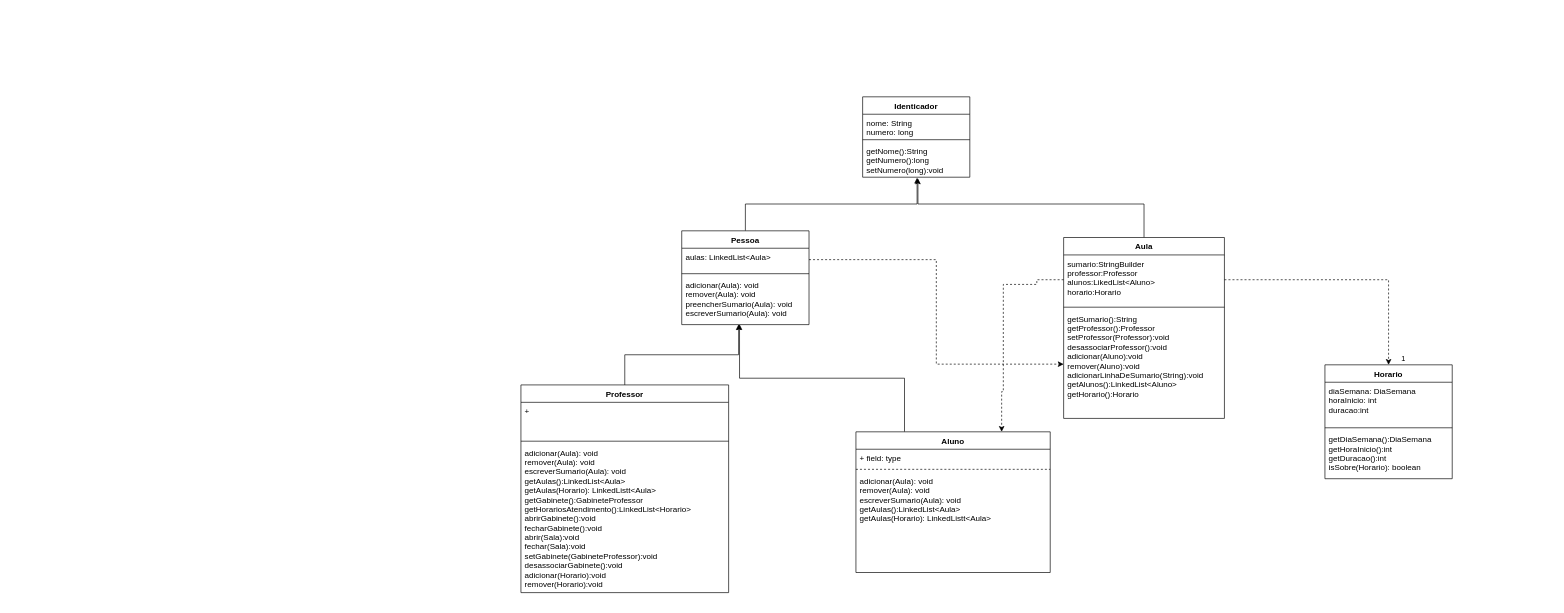
brunofitas/oop keeps this draw.io diagram as modelo.drawio. Above is the earlier version. Source tidied: cells renumbered, new cells numbered last; positions are measured from the earlier drawing's top-left corner, leaving out a move shared by most shapes. Both pictures are drawn from the tidied source at 67%, with x=0, y=0 at pixel (521, 96).
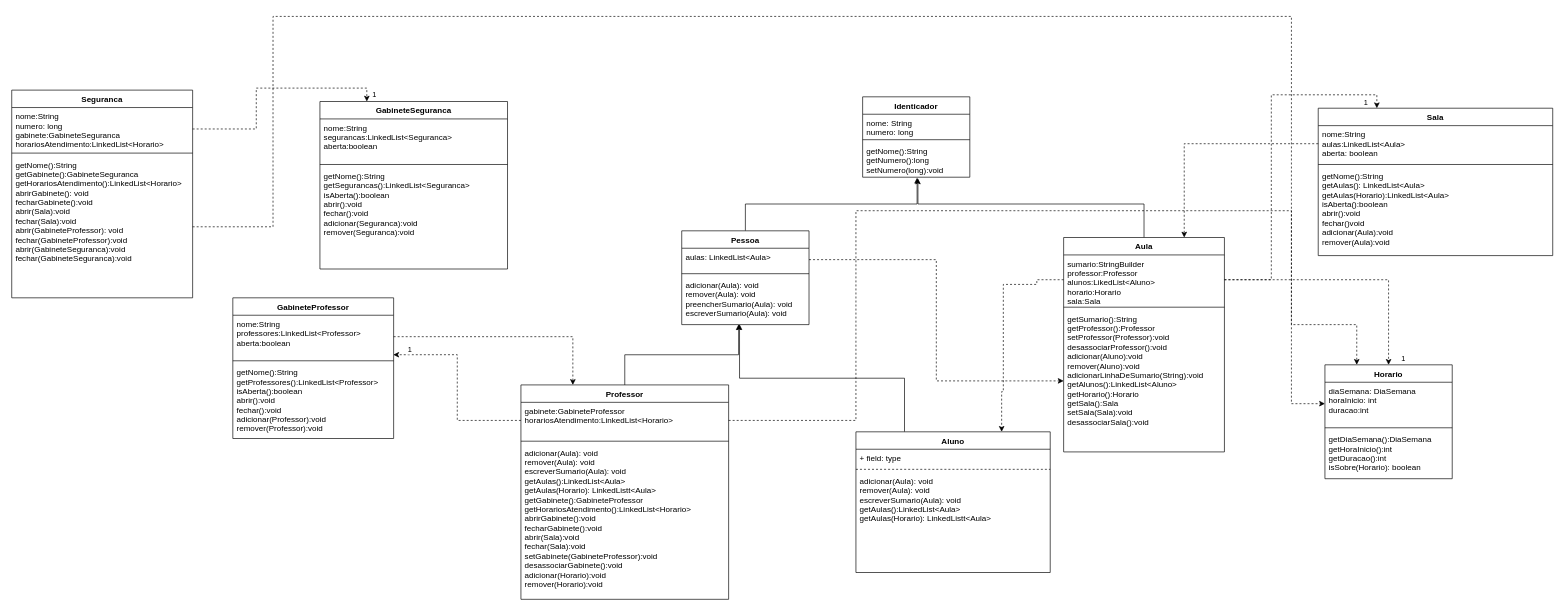
After the change.

Commit message:
Adicionei UML final

The change refers to these unchanged cells:
```xml
<mxCell id="11" value="Horario" style="swimlane;fontStyle=1;align=center;verticalAlign=top;horizontal=1;startSize=26;" parent="1" vertex="1">
  <mxGeometry x="1200" y="400" width="190" height="170" as="geometry" />
</mxCell>
<mxCell id="12" value="diaSemana: DiaSemana&#10;horaInicio: int&#10;duracao:int" style="text;strokeColor=none;fillColor=none;align=left;verticalAlign=top;spacingLeft=4;spacingRight=4;overflow=hidden;points=[[0,0.5],[1,0.5]];portConstraint=eastwest;" parent="11" vertex="1">
  <mxGeometry y="26" width="190" height="64" as="geometry" />
</mxCell>
```

What changed in the source:
```diff
@@
     <mxCell id="17" value="Professor" style="swimlane;fontStyle=1;align=center;verticalAlign=top;horizontal=1;startSize=26;fontColor=#000000;" parent="1" vertex="1">
-      <mxGeometry y="430" width="310" height="310" as="geometry" />
+      <mxGeometry y="430" width="310" height="320" as="geometry" />
     </mxCell>
-    <mxCell id="18" value="+" style="text;strokeColor=none;fillColor=none;align=left;verticalAlign=top;spacingLeft=4;spacingRight=4;overflow=hidden;points=[[0,0.5],[1,0.5]];portConstraint=eastwest;fontColor=#000000;" parent="17" vertex="1">
+    <mxCell id="18" value="gabinete:GabineteProfessor&#10;horariosAtendimento:LinkedList&lt;Horario&gt;" style="text;strokeColor=none;fillColor=none;align=left;verticalAlign=top;spacingLeft=4;spacingRight=4;overflow=hidden;points=[[0,0.5],[1,0.5]];portConstraint=eastwest;fontColor=#000000;" parent="17" vertex="1">
       <mxGeometry y="26" width="310" height="54" as="geometry" />
     </mxCell>
@@
     <mxCell id="20" value="adicionar(Aula): void&#10;remover(Aula): void&#10;escreverSumario(Aula): void&#10;getAulas():LinkedList&lt;Aula&gt;&#10;getAulas(Horario): LinkedListt&lt;Aula&gt;&#10;getGabinete():GabineteProfessor&#10;getHorariosAtendimento():LinkedList&lt;Horario&gt;&#10;abrirGabinete():void&#10;fecharGabinete():void&#10;abrir(Sala):void&#10;fechar(Sala):void&#10;setGabinete(GabineteProfessor):void&#10;desassociarGabinete():void&#10;adicionar(Horario):void&#10;remover(Horario):void" style="text;strokeColor=none;fillColor=none;align=left;verticalAlign=top;spacingLeft=4;spacingRight=4;overflow=hidden;fontColor=#000000;" parent="17" vertex="1">
-      <mxGeometry y="88" width="310" height="222" as="geometry" />
+      <mxGeometry y="88" width="310" height="232" as="geometry" />
     </mxCell>
@@
     <mxCell id="22" value="Aula" style="swimlane;fontStyle=1;align=center;verticalAlign=top;horizontal=1;startSize=26;" parent="1" vertex="1">
-      <mxGeometry x="810" y="210" width="240" height="270" as="geometry" />
+      <mxGeometry x="810" y="210" width="240" height="320" as="geometry" />
     </mxCell>
-    <mxCell id="23" value="sumario:StringBuilder&#10;professor:Professor&#10;alunos:LikedList&lt;Aluno&gt;&#10;horario:Horario&#10;" style="text;strokeColor=none;fillColor=none;align=left;verticalAlign=top;spacingLeft=4;spacingRight=4;overflow=hidden;points=[[0,0.5],[1,0.5]];portConstraint=eastwest;" parent="22" vertex="1">
+    <mxCell id="23" value="sumario:StringBuilder&#10;professor:Professor&#10;alunos:LikedList&lt;Aluno&gt;&#10;horario:Horario&#10;sala:Sala&#10;" style="text;strokeColor=none;fillColor=none;align=left;verticalAlign=top;spacingLeft=4;spacingRight=4;overflow=hidden;points=[[0,0.5],[1,0.5]];portConstraint=eastwest;" parent="22" vertex="1">
       <mxGeometry y="26" width="240" height="74" as="geometry" />
     </mxCell>
@@
-    <mxCell id="25" value="getSumario():String&#10;getProfessor():Professor&#10;setProfessor(Professor):void&#10;desassociarProfessor():void&#10;adicionar(Aluno):void&#10;remover(Aluno):void&#10;adicionarLinhaDeSumario(String):void&#10;getAlunos():LinkedList&lt;Aluno&gt;&#10;getHorario():Horario" style="text;strokeColor=none;fillColor=none;align=left;verticalAlign=top;spacingLeft=4;spacingRight=4;overflow=hidden;points=[[0,0.5],[1,0.5]];portConstraint=eastwest;" parent="22" vertex="1">
-      <mxGeometry y="108" width="240" height="162" as="geometry" />
+    <mxCell id="25" value="getSumario():String&#10;getProfessor():Professor&#10;setProfessor(Professor):void&#10;desassociarProfessor():void&#10;adicionar(Aluno):void&#10;remover(Aluno):void&#10;adicionarLinhaDeSumario(String):void&#10;getAlunos():LinkedList&lt;Aluno&gt;&#10;getHorario():Horario&#10;getSala():Sala&#10;setSala(Sala):void&#10;desassociarSala():void" style="text;strokeColor=none;fillColor=none;align=left;verticalAlign=top;spacingLeft=4;spacingRight=4;overflow=hidden;points=[[0,0.5],[1,0.5]];portConstraint=eastwest;" parent="22" vertex="1">
+      <mxGeometry y="108" width="240" height="212" as="geometry" />
     </mxCell>
@@
+    <mxCell id="34" value="Sala" style="swimlane;fontStyle=1;align=center;verticalAlign=top;horizontal=1;startSize=26;" parent="1" vertex="1">
+      <mxGeometry x="1190" y="17" width="350" height="220" as="geometry" />
+    </mxCell>
+    <mxCell id="35" value="nome:String&#10;aulas:LinkedList&lt;Aula&gt;&#10;aberta: boolean" style="text;strokeColor=none;fillColor=none;align=left;verticalAlign=top;spacingLeft=4;spacingRight=4;overflow=hidden;points=[[0,0.5],[1,0.5]];portConstraint=eastwest;" parent="34" vertex="1">
+      <mxGeometry y="26" width="350" height="54" as="geometry" />
+    </mxCell>
+    <mxCell id="36" style="line;strokeWidth=1;fillColor=none;align=left;verticalAlign=middle;spacingTop=-1;spacingLeft=3;spacingRight=3;labelPosition=right;strokeColor=inherit;" parent="34" vertex="1">
+      <mxGeometry y="80" width="350" height="8" as="geometry" />
+    </mxCell>
+    <mxCell id="37" value="getNome():String&#10;getAulas(): LinkedList&lt;Aula&gt;&#10;getAulas(Horario):LinkedList&lt;Aula&gt;&#10;isAberta():boolean&#10;abrir():void&#10;fechar()void&#10;adicionar(Aula):void&#10;remover(Aula):void" style="text;strokeColor=none;fillColor=none;align=left;verticalAlign=top;spacingLeft=4;spacingRight=4;overflow=hidden;" parent="34" vertex="1">
+      <mxGeometry y="88" width="350" height="132" as="geometry" />
+    </mxCell>
+    <mxCell id="38" style="edgeStyle=orthogonalEdgeStyle;rounded=0;jettySize=auto;html=1;exitX=0;exitY=0.5;exitDx=0;exitDy=0;entryX=0.75;entryY=0;entryDx=0;entryDy=0;dashed=1;" parent="1" edge="1" source="35" target="22">
+      <mxGeometry relative="1" as="geometry" />
+    </mxCell>
+    <mxCell id="39" style="edgeStyle=orthogonalEdgeStyle;rounded=0;jettySize=auto;html=1;exitX=1;exitY=0.5;exitDx=0;exitDy=0;entryX=0.25;entryY=0;entryDx=0;entryDy=0;dashed=1;" parent="1" edge="1" source="23" target="34">
+      <mxGeometry relative="1" as="geometry" />
+    </mxCell>
+    <mxCell id="40" value="1" style="edgeLabel;html=1;align=center;verticalAlign=middle;" parent="39" vertex="1">
+      <mxGeometry x="0.84" y="1" relative="1" as="geometry">
+        <mxPoint x="4" y="12" as="offset" />
+      </mxGeometry>
+    </mxCell>
+    <mxCell id="41" value="GabineteProfessor" style="swimlane;fontStyle=1;align=center;verticalAlign=top;horizontal=1;startSize=26;" parent="1" vertex="1">
+      <mxGeometry x="-430" y="300" width="240" height="210" as="geometry" />
+    </mxCell>
+    <mxCell id="42" value="nome:String&#10;professores:LinkedList&lt;Professor&gt;&#10;aberta:boolean" style="text;strokeColor=none;fillColor=none;align=left;verticalAlign=top;spacingLeft=4;spacingRight=4;overflow=hidden;points=[[0,0.5],[1,0.5]];portConstraint=eastwest;" parent="41" vertex="1">
+      <mxGeometry y="26" width="240" height="64" as="geometry" />
+    </mxCell>
+    <mxCell id="43" style="line;strokeWidth=1;fillColor=none;align=left;verticalAlign=middle;spacingTop=-1;spacingLeft=3;spacingRight=3;labelPosition=right;strokeColor=inherit;" parent="41" vertex="1">
+      <mxGeometry y="90" width="240" height="8" as="geometry" />
+    </mxCell>
+    <mxCell id="44" value="getNome():String&#10;getProfessores():LinkedList&lt;Professor&gt;&#10;isAberta():boolean&#10;abrir():void&#10;fechar():void&#10;adicionar(Professor):void&#10;remover(Professor):void" style="text;strokeColor=none;fillColor=none;align=left;verticalAlign=top;spacingLeft=4;spacingRight=4;overflow=hidden;" parent="41" vertex="1">
+      <mxGeometry y="98" width="240" height="112" as="geometry" />
+    </mxCell>
+    <mxCell id="45" style="edgeStyle=orthogonalEdgeStyle;rounded=0;jettySize=auto;html=1;exitX=1;exitY=0.5;exitDx=0;exitDy=0;entryX=0.25;entryY=0;entryDx=0;entryDy=0;dashed=1;" parent="1" edge="1" source="42" target="17">
+      <mxGeometry relative="1" as="geometry" />
+    </mxCell>
+    <mxCell id="46" style="edgeStyle=orthogonalEdgeStyle;rounded=0;jettySize=auto;html=1;exitX=0;exitY=0.5;exitDx=0;exitDy=0;entryX=0.998;entryY=0.921;entryDx=0;entryDy=0;entryPerimeter=0;dashed=1;" parent="1" edge="1" source="18" target="42">
+      <mxGeometry relative="1" as="geometry" />
+    </mxCell>
+    <mxCell id="47" value="1" style="edgeLabel;html=1;align=center;verticalAlign=middle;" parent="46" vertex="1">
+      <mxGeometry x="0.84" relative="1" as="geometry">
+        <mxPoint y="-7" as="offset" />
+      </mxGeometry>
+    </mxCell>
+    <mxCell id="48" style="edgeStyle=orthogonalEdgeStyle;rounded=0;jettySize=auto;html=1;exitX=1;exitY=0.5;exitDx=0;exitDy=0;entryX=0.25;entryY=0;entryDx=0;entryDy=0;dashed=1;" parent="1" edge="1" source="18" target="11">
+      <mxGeometry relative="1" as="geometry">
+        <Array as="points">
+          <mxPoint x="500" y="483" />
+          <mxPoint x="500" y="170" />
+          <mxPoint x="1150" y="170" />
+          <mxPoint x="1150" y="340" />
+          <mxPoint x="1248" y="340" />
+        </Array>
+      </mxGeometry>
+    </mxCell>
+    <mxCell id="49" value="GabineteSeguranca" style="swimlane;fontStyle=1;align=center;verticalAlign=top;horizontal=1;startSize=26;" parent="1" vertex="1">
+      <mxGeometry x="-300" y="7" width="280" height="250" as="geometry" />
+    </mxCell>
+    <mxCell id="50" value="nome:String&#10;segurancas:LinkedList&lt;Seguranca&gt;&#10;aberta:boolean" style="text;strokeColor=none;fillColor=none;align=left;verticalAlign=top;spacingLeft=4;spacingRight=4;overflow=hidden;" parent="49" vertex="1">
+      <mxGeometry y="26" width="280" height="64" as="geometry" />
+    </mxCell>
+    <mxCell id="51" style="line;strokeWidth=1;fillColor=none;align=left;verticalAlign=middle;spacingTop=-1;spacingLeft=3;spacingRight=3;labelPosition=right;strokeColor=inherit;" parent="49" vertex="1">
+      <mxGeometry y="90" width="280" height="8" as="geometry" />
+    </mxCell>
+    <mxCell id="52" value="getNome():String&#10;getSegurancas():LinkedList&lt;Seguranca&gt;&#10;isAberta():boolean&#10;abrir():void&#10;fechar():void&#10;adicionar(Seguranca):void&#10;remover(Seguranca):void&#10;" style="text;strokeColor=none;fillColor=none;align=left;verticalAlign=top;spacingLeft=4;spacingRight=4;overflow=hidden;" parent="49" vertex="1">
+      <mxGeometry y="98" width="280" height="152" as="geometry" />
+    </mxCell>
+    <mxCell id="53" value="Seguranca" style="swimlane;fontStyle=1;align=center;verticalAlign=top;horizontal=1;startSize=26;" parent="1" vertex="1">
+      <mxGeometry x="-760" y="-10" width="270" height="310" as="geometry" />
+    </mxCell>
+    <mxCell id="54" value="nome:String&#10;numero: long&#10;gabinete:GabineteSeguranca&#10;horariosAtendimento:LinkedList&lt;Horario&gt;" style="text;strokeColor=none;fillColor=none;align=left;verticalAlign=top;spacingLeft=4;spacingRight=4;overflow=hidden;points=[[0,0.5],[1,0.5]];portConstraint=eastwest;" parent="53" vertex="1">
+      <mxGeometry y="26" width="270" height="64" as="geometry" />
+    </mxCell>
+    <mxCell id="55" style="line;strokeWidth=1;fillColor=none;align=left;verticalAlign=middle;spacingTop=-1;spacingLeft=3;spacingRight=3;labelPosition=right;strokeColor=inherit;" parent="53" vertex="1">
+      <mxGeometry y="90" width="270" height="8" as="geometry" />
+    </mxCell>
+    <mxCell id="56" value="getNome():String&#10;getGabinete():GabineteSeguranca&#10;getHorariosAtendimento():LinkedList&lt;Horario&gt;&#10;abrirGabinete(): void&#10;fecharGabinete():void&#10;abrir(Sala):void&#10;fechar(Sala):void&#10;abrir(GabineteProfessor): void&#10;fechar(GabineteProfessor):void&#10;abrir(GabineteSeguranca):void&#10;fechar(GabineteSeguranca):void" style="text;strokeColor=none;fillColor=none;align=left;verticalAlign=top;spacingLeft=4;spacingRight=4;overflow=hidden;points=[[0,0.5],[1,0.5]];portConstraint=eastwest;" parent="53" vertex="1">
+      <mxGeometry y="98" width="270" height="212" as="geometry" />
+    </mxCell>
+    <mxCell id="57" style="edgeStyle=orthogonalEdgeStyle;rounded=0;jettySize=auto;html=1;exitX=1;exitY=0.5;exitDx=0;exitDy=0;entryX=0.25;entryY=0;entryDx=0;entryDy=0;dashed=1;" parent="1" edge="1" source="54" target="49">
+      <mxGeometry relative="1" as="geometry" />
+    </mxCell>
+    <mxCell id="58" value="1" style="edgeLabel;html=1;align=center;verticalAlign=middle;" parent="57" vertex="1">
+      <mxGeometry x="0.83" y="-1" relative="1" as="geometry">
+        <mxPoint x="19" y="8" as="offset" />
+      </mxGeometry>
+    </mxCell>
+    <mxCell id="59" style="edgeStyle=orthogonalEdgeStyle;rounded=0;jettySize=auto;html=1;exitX=1;exitY=0.5;exitDx=0;exitDy=0;entryX=0;entryY=0.5;entryDx=0;entryDy=0;dashed=1;" parent="1" edge="1" source="56" target="12">
+      <mxGeometry relative="1" as="geometry">
+        <Array as="points">
+          <mxPoint x="-370" y="194" />
+          <mxPoint x="-370" y="-120" />
+          <mxPoint x="1150" y="-120" />
+          <mxPoint x="1150" y="458" />
+        </Array>
+      </mxGeometry>
+    </mxCell>
```
